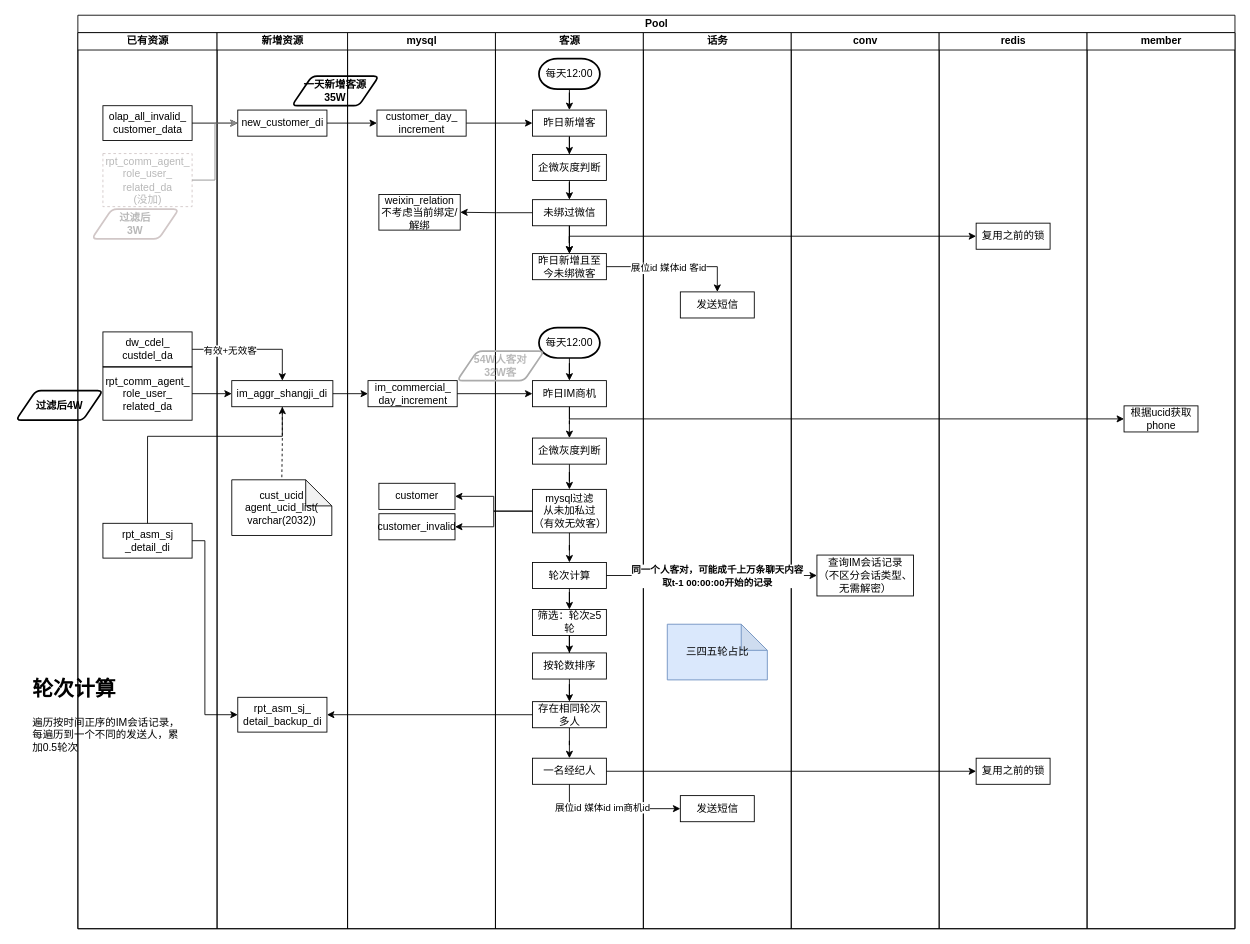
SmellyTrotter/draw.io keeps this draw.io diagram as 240716短信场景拓展.drawio. Above is the earlier version. Source tidied: cells renumbered, new cells numbered last; positions are measured from the earlier drawing's top-left corner, leaving out a move shared by most shapes. Both pictures are drawn from the tidied source at 87%, with x=0, y=0 at pixel (16, 15).
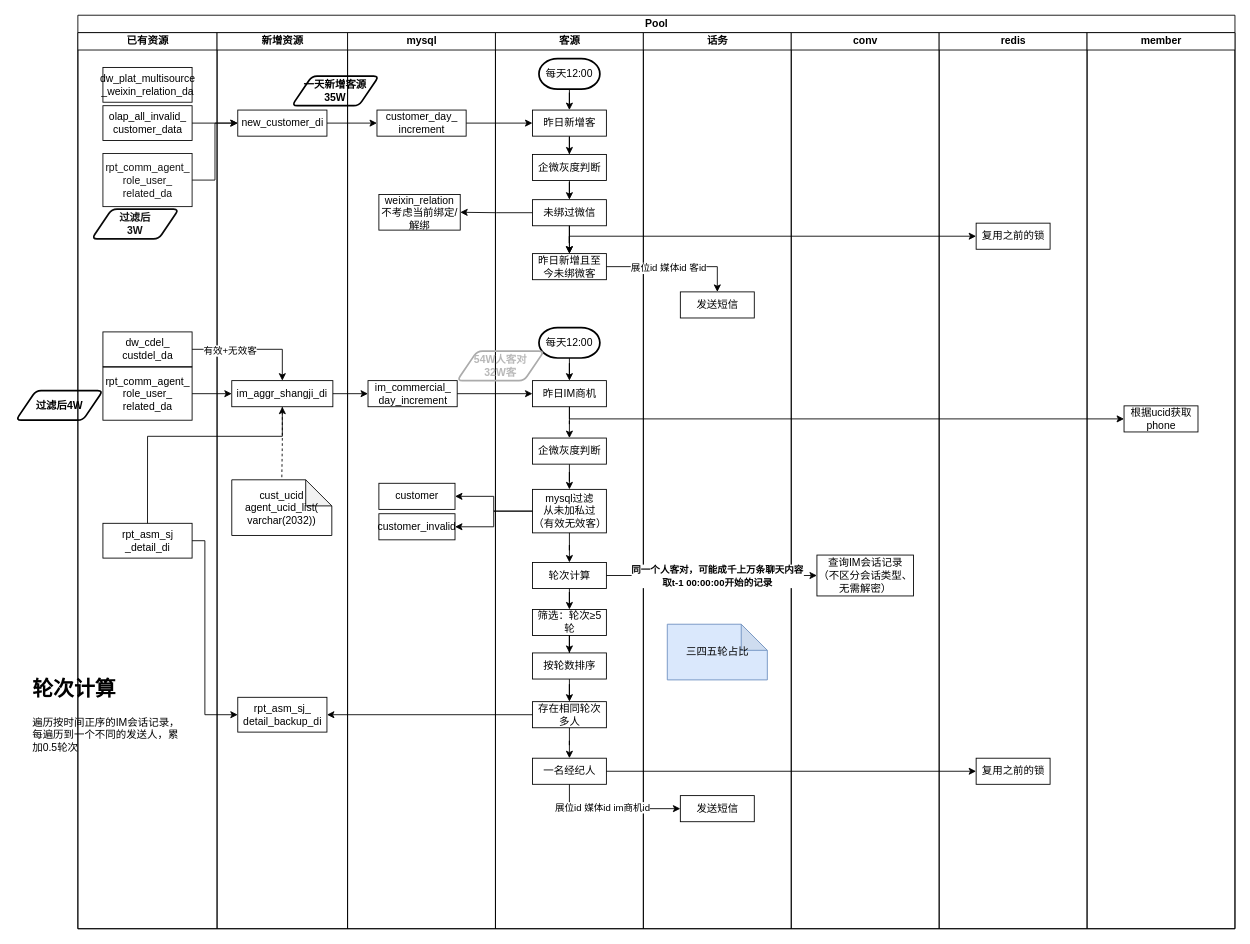
The same page after the edit.

Commit message:
更新240716短信场景拓展.drawio

The change refers to these unchanged cells:
```xml
<mxCell id="4" value="已有资源" style="swimlane;startSize=20;html=1;" parent="3" vertex="1">
  <mxGeometry y="20" width="160" height="1030" as="geometry" />
</mxCell>
<mxCell id="82" value="new_customer_di" style="rounded=0;whiteSpace=wrap;html=1;" parent="1" vertex="1">
  <mxGeometry x="254.8" y="109" width="102.5" height="30" as="geometry" />
</mxCell>
```

The edit, as a diff of the source:
```diff
@@
-    <mxCell id="7" value="过滤后&lt;div&gt;3W&lt;/div&gt;" style="shape=parallelogram;html=1;strokeWidth=2;perimeter=parallelogramPerimeter;whiteSpace=wrap;rounded=1;arcSize=12;size=0.23;fillColor=none;fontStyle=1;strokeColor=#D1C7C7;fontColor=#B8B8B8;" parent="4" vertex="1">
+    <mxCell id="7" value="过滤后&lt;div&gt;3W&lt;/div&gt;" style="shape=parallelogram;html=1;strokeWidth=2;perimeter=parallelogramPerimeter;whiteSpace=wrap;rounded=1;arcSize=12;size=0.23;fillColor=none;fontStyle=1;strokeColor=#0A0A0A;fontColor=#141414;" parent="4" vertex="1">
       <mxGeometry x="16" y="203" width="100" height="34" as="geometry" />
     </mxCell>
@@
+    <mxCell id="89" value="dw_plat_multisource&lt;div&gt;_weixin_relation_da&lt;br&gt;&lt;/div&gt;" style="rounded=0;whiteSpace=wrap;html=1;" parent="4" vertex="1">
+      <mxGeometry x="28.8" y="40" width="102.5" height="40" as="geometry" />
+    </mxCell>
@@
-    <mxCell id="81" value="rpt_comm_agent_&lt;div&gt;role_user_&lt;/div&gt;&lt;div&gt;related_da&lt;div&gt;(没加)&lt;/div&gt;&lt;/div&gt;" style="rounded=0;whiteSpace=wrap;html=1;dashed=1;strokeColor=#D1C7C7;fontColor=#B8B8B8;" parent="1" vertex="1">
+    <mxCell id="81" value="rpt_comm_agent_&lt;div&gt;role_user_&lt;/div&gt;&lt;div&gt;related_da&lt;/div&gt;" style="rounded=0;whiteSpace=wrap;html=1;strokeColor=#0A0A0A;fontColor=#141414;" parent="1" vertex="1">
       <mxGeometry x="99.8" y="159" width="102.5" height="61" as="geometry" />
     </mxCell>
@@
-    <mxCell id="85" style="edgeStyle=orthogonalEdgeStyle;rounded=0;jettySize=auto;html=1;entryX=0;entryY=0.5;entryDx=0;entryDy=0;strokeColor=#8C8C8C;" parent="1" edge="1" source="81" target="82">
+    <mxCell id="85" style="edgeStyle=orthogonalEdgeStyle;rounded=0;jettySize=auto;html=1;entryX=0;entryY=0.5;entryDx=0;entryDy=0;strokeColor=#0A0A0A;fontColor=#141414;" parent="1" edge="1" source="81" target="82">
       <mxGeometry relative="1" as="geometry" />
     </mxCell>
```
